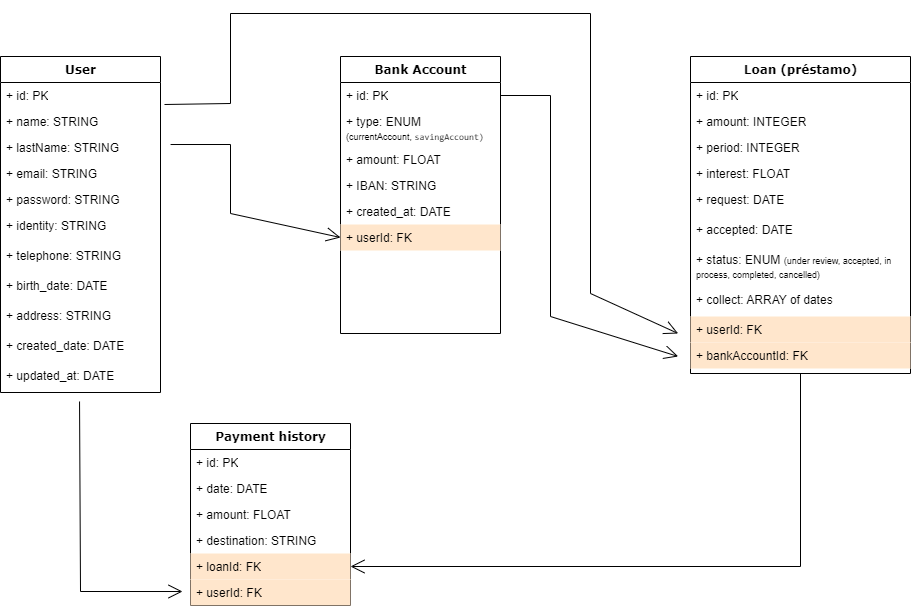
The draw.io diagram images/Diagrama base de datos.drawio.png in FelipeJure/homebanking-back, before a commit. Source tidied: cells renumbered, new cells last; positions are measured from the earlier drawing's top-left corner, leaving out a move shared by most shapes.
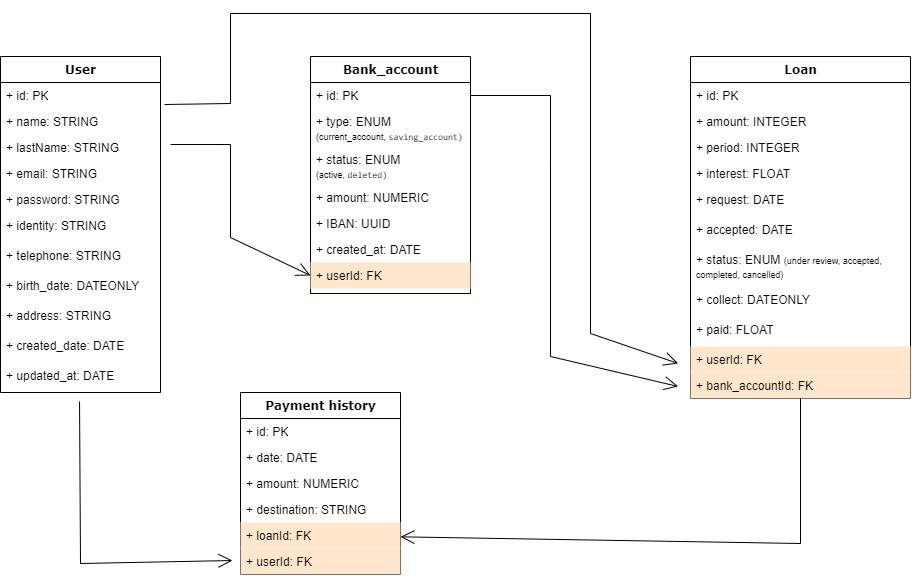
Above is the later version.

What changed in the source:
```diff
@@ -26,7 +26,7 @@
     <mxCell id="9" value="+ telephone: STRING" style="text;html=1;strokeColor=none;fillColor=none;align=left;verticalAlign=top;spacingLeft=4;spacingRight=4;whiteSpace=wrap;overflow=hidden;" parent="2" vertex="1">
       <mxGeometry y="186" width="160" height="30" as="geometry" />
     </mxCell>
-    <mxCell id="10" value="+ birth_date: DATE" style="text;html=1;strokeColor=none;fillColor=none;align=left;verticalAlign=top;spacingLeft=4;spacingRight=4;whiteSpace=wrap;overflow=hidden;" parent="2" vertex="1">
+    <mxCell id="10" value="+ birth_date: DATEONLY" style="text;html=1;strokeColor=none;fillColor=none;align=left;verticalAlign=top;spacingLeft=4;spacingRight=4;whiteSpace=wrap;overflow=hidden;" parent="2" vertex="1">
       <mxGeometry y="216" width="160" height="30" as="geometry" />
     </mxCell>
     <mxCell id="11" value="+ address: STRING" style="text;html=1;strokeColor=none;fillColor=none;align=left;verticalAlign=top;spacingLeft=4;spacingRight=4;whiteSpace=wrap;overflow=hidden;" parent="2" vertex="1">
@@ -38,29 +38,32 @@
     <mxCell id="13" value="+ updated_at: DATE" style="text;html=1;strokeColor=none;fillColor=none;align=left;verticalAlign=top;spacingLeft=4;spacingRight=4;whiteSpace=wrap;overflow=hidden;points=[[0,0.5],[1,0.5]];portConstraint=eastwest;" parent="2" vertex="1">
       <mxGeometry y="306" width="160" height="30" as="geometry" />
     </mxCell>
-    <mxCell id="14" value="Bank Account" style="swimlane;html=1;fontStyle=1;align=center;verticalAlign=top;horizontal=1;startSize=26;swimlaneFillColor=#ffffff;rounded=0;shadow=0;comic=0;labelBackgroundColor=none;strokeWidth=1;fillColor=none;fontFamily=Verdana;fontSize=12;" parent="1" vertex="1">
-      <mxGeometry x="340" y="43" width="160" height="277" as="geometry" />
+    <mxCell id="14" value="Bank_account" style="swimlane;html=1;fontStyle=1;align=center;verticalAlign=top;horizontal=1;startSize=26;swimlaneFillColor=#ffffff;rounded=0;shadow=0;comic=0;labelBackgroundColor=none;strokeWidth=1;fillColor=none;fontFamily=Verdana;fontSize=12;" parent="1" vertex="1">
+      <mxGeometry x="310" y="43" width="160" height="237" as="geometry" />
     </mxCell>
     <mxCell id="15" value="+ id: PK" style="text;html=1;strokeColor=none;fillColor=none;align=left;verticalAlign=top;spacingLeft=4;spacingRight=4;whiteSpace=wrap;overflow=hidden;points=[[0,0.5],[1,0.5]];portConstraint=eastwest;" parent="14" vertex="1">
       <mxGeometry y="26" width="160" height="26" as="geometry" />
     </mxCell>
-    <mxCell id="16" value="+ type: ENUM&lt;font style=&quot;font-size: 8px;&quot;&gt; &lt;/font&gt;&lt;font style=&quot;font-size: 9px;&quot;&gt;(currentAccount,&amp;nbsp;&lt;span style=&quot;font-family: Consolas, &amp;quot;Courier New&amp;quot;, monospace;&quot;&gt;savingAccount)&lt;/span&gt;&lt;/font&gt;" style="text;html=1;strokeColor=none;fillColor=none;align=left;verticalAlign=top;spacingLeft=4;spacingRight=4;whiteSpace=wrap;overflow=hidden;" parent="14" vertex="1">
+    <mxCell id="16" value="+ type: ENUM&lt;font style=&quot;font-size: 8px;&quot;&gt; &lt;/font&gt;&lt;font style=&quot;font-size: 9px;&quot;&gt;(current_account,&amp;nbsp;&lt;span style=&quot;font-family: Consolas, &amp;quot;Courier New&amp;quot;, monospace;&quot;&gt;saving_account)&lt;/span&gt;&lt;/font&gt;" style="text;html=1;strokeColor=none;fillColor=none;align=left;verticalAlign=top;spacingLeft=4;spacingRight=4;whiteSpace=wrap;overflow=hidden;" parent="14" vertex="1">
       <mxGeometry y="52" width="160" height="38" as="geometry" />
     </mxCell>
+    <mxCell id="44" value="+ status: ENUM&lt;font style=&quot;font-size: 8px;&quot;&gt; &lt;/font&gt;&lt;font style=&quot;font-size: 9px;&quot;&gt;(active,&amp;nbsp;&lt;span style=&quot;font-family: Consolas, &amp;quot;Courier New&amp;quot;, monospace;&quot;&gt;deleted)&lt;/span&gt;&lt;/font&gt;" style="text;html=1;strokeColor=none;fillColor=none;align=left;verticalAlign=top;spacingLeft=4;spacingRight=4;whiteSpace=wrap;overflow=hidden;" parent="14" vertex="1">
+      <mxGeometry y="90" width="160" height="38" as="geometry" />
+    </mxCell>
-    <mxCell id="17" value="+ amount: FLOAT" style="text;html=1;strokeColor=none;fillColor=none;align=left;verticalAlign=top;spacingLeft=4;spacingRight=4;whiteSpace=wrap;overflow=hidden;" parent="14" vertex="1">
-      <mxGeometry y="90" width="160" height="26" as="geometry" />
+    <mxCell id="17" value="+ amount: NUMERIC" style="text;html=1;strokeColor=none;fillColor=none;align=left;verticalAlign=top;spacingLeft=4;spacingRight=4;whiteSpace=wrap;overflow=hidden;" parent="14" vertex="1">
+      <mxGeometry y="128" width="160" height="26" as="geometry" />
     </mxCell>
-    <mxCell id="18" value="+ IBAN: STRING" style="text;html=1;strokeColor=none;fillColor=none;align=left;verticalAlign=top;spacingLeft=4;spacingRight=4;whiteSpace=wrap;overflow=hidden;" parent="14" vertex="1">
-      <mxGeometry y="116" width="160" height="26" as="geometry" />
+    <mxCell id="18" value="+ IBAN: UUID" style="text;html=1;strokeColor=none;fillColor=none;align=left;verticalAlign=top;spacingLeft=4;spacingRight=4;whiteSpace=wrap;overflow=hidden;" parent="14" vertex="1">
+      <mxGeometry y="154" width="160" height="26" as="geometry" />
     </mxCell>
     <mxCell id="19" value="+ created_at: DATE" style="text;html=1;strokeColor=none;fillColor=none;align=left;verticalAlign=top;spacingLeft=4;spacingRight=4;whiteSpace=wrap;overflow=hidden;" parent="14" vertex="1">
-      <mxGeometry y="142" width="160" height="26" as="geometry" />
+      <mxGeometry y="180" width="160" height="26" as="geometry" />
     </mxCell>
     <mxCell id="20" value="+ userId: FK" style="text;html=1;align=left;verticalAlign=top;spacingLeft=4;spacingRight=4;whiteSpace=wrap;overflow=hidden;points=[[0,0.5],[1,0.5]];portConstraint=eastwest;fillColor=#ffe6cc;strokeColor=none;" parent="14" vertex="1">
-      <mxGeometry y="168" width="160" height="26" as="geometry" />
+      <mxGeometry y="206" width="160" height="26" as="geometry" />
     </mxCell>
-    <mxCell id="21" value="Loan (préstamo)" style="swimlane;html=1;fontStyle=1;align=center;verticalAlign=top;horizontal=1;startSize=26;swimlaneFillColor=#ffffff;rounded=0;shadow=0;comic=0;labelBackgroundColor=none;strokeWidth=1;fillColor=none;fontFamily=Verdana;fontSize=12;" parent="1" vertex="1">
-      <mxGeometry x="690" y="43" width="220" height="317" as="geometry" />
+    <mxCell id="21" value="Loan" style="swimlane;html=1;fontStyle=1;align=center;verticalAlign=top;horizontal=1;startSize=26;swimlaneFillColor=#ffffff;rounded=0;shadow=0;comic=0;labelBackgroundColor=none;strokeWidth=1;fillColor=none;fontFamily=Verdana;fontSize=12;" parent="1" vertex="1">
+      <mxGeometry x="690" y="43" width="220" height="342" as="geometry" />
     </mxCell>
     <mxCell id="22" value="+ id: PK" style="text;html=1;strokeColor=none;fillColor=none;align=left;verticalAlign=top;spacingLeft=4;spacingRight=4;whiteSpace=wrap;overflow=hidden;" parent="21" vertex="1">
       <mxGeometry y="26" width="220" height="26" as="geometry" />
@@ -80,20 +83,23 @@
     <mxCell id="27" value="+ accepted: DATE" style="text;html=1;strokeColor=none;fillColor=none;align=left;verticalAlign=top;spacingLeft=4;spacingRight=4;whiteSpace=wrap;overflow=hidden;" parent="21" vertex="1">
       <mxGeometry y="160" width="220" height="30" as="geometry" />
     </mxCell>
-    <mxCell id="28" value="+ status: ENUM &lt;font style=&quot;font-size: 9px;&quot;&gt;(under review, accepted, in process, completed, cancelled)&lt;/font&gt;" style="text;html=1;strokeColor=none;fillColor=none;align=left;verticalAlign=top;spacingLeft=4;spacingRight=4;whiteSpace=wrap;overflow=hidden;" parent="21" vertex="1">
+    <mxCell id="28" value="+ status: ENUM &lt;font style=&quot;font-size: 9px;&quot;&gt;(under review, accepted, completed, cancelled)&lt;/font&gt;" style="text;html=1;strokeColor=none;fillColor=none;align=left;verticalAlign=top;spacingLeft=4;spacingRight=4;whiteSpace=wrap;overflow=hidden;" parent="21" vertex="1">
       <mxGeometry y="190" width="220" height="40" as="geometry" />
     </mxCell>
-    <mxCell id="29" value="+ collect: ARRAY of dates" style="text;html=1;strokeColor=none;fillColor=none;align=left;verticalAlign=top;spacingLeft=4;spacingRight=4;whiteSpace=wrap;overflow=hidden;" parent="21" vertex="1">
+    <mxCell id="29" value="+ collect: DATEONLY" style="text;html=1;strokeColor=none;fillColor=none;align=left;verticalAlign=top;spacingLeft=4;spacingRight=4;whiteSpace=wrap;overflow=hidden;" parent="21" vertex="1">
       <mxGeometry y="230" width="220" height="30" as="geometry" />
     </mxCell>
+    <mxCell id="45" value="+ paid: FLOAT" style="text;html=1;strokeColor=none;fillColor=none;align=left;verticalAlign=top;spacingLeft=4;spacingRight=4;whiteSpace=wrap;overflow=hidden;" parent="21" vertex="1">
+      <mxGeometry y="260" width="220" height="30" as="geometry" />
+    </mxCell>
     <mxCell id="30" value="+ userId: FK" style="text;html=1;strokeColor=none;fillColor=#ffe6cc;align=left;verticalAlign=top;spacingLeft=4;spacingRight=4;whiteSpace=wrap;overflow=hidden;points=[[0,0.5],[1,0.5]];portConstraint=eastwest;" parent="21" vertex="1">
-      <mxGeometry y="260" width="220" height="26" as="geometry" />
+      <mxGeometry y="290" width="220" height="26" as="geometry" />
     </mxCell>
-    <mxCell id="31" value="+ bankAccountId: FK" style="text;html=1;strokeColor=none;fillColor=#ffe6cc;align=left;verticalAlign=top;spacingLeft=4;spacingRight=4;whiteSpace=wrap;overflow=hidden;points=[[0,0.5],[1,0.5]];portConstraint=eastwest;" parent="21" vertex="1">
-      <mxGeometry y="286" width="220" height="26" as="geometry" />
+    <mxCell id="31" value="+ bank_accountId: FK" style="text;html=1;strokeColor=none;fillColor=#ffe6cc;align=left;verticalAlign=top;spacingLeft=4;spacingRight=4;whiteSpace=wrap;overflow=hidden;points=[[0,0.5],[1,0.5]];portConstraint=eastwest;" parent="21" vertex="1">
+      <mxGeometry y="316" width="220" height="26" as="geometry" />
     </mxCell>
     <mxCell id="32" value="Payment history" style="swimlane;html=1;fontStyle=1;align=center;verticalAlign=top;horizontal=1;startSize=26;swimlaneFillColor=#ffffff;rounded=0;shadow=0;comic=0;labelBackgroundColor=none;strokeWidth=1;fillColor=none;fontFamily=Verdana;fontSize=12;" parent="1" vertex="1">
-      <mxGeometry x="190" y="410" width="160" height="182" as="geometry" />
+      <mxGeometry x="240" y="379" width="160" height="182" as="geometry" />
     </mxCell>
     <mxCell id="33" value="+ id: PK" style="text;html=1;strokeColor=none;fillColor=none;align=left;verticalAlign=top;spacingLeft=4;spacingRight=4;whiteSpace=wrap;overflow=hidden;" parent="32" vertex="1">
       <mxGeometry y="26" width="160" height="26" as="geometry" />
@@ -101,7 +107,7 @@
     <mxCell id="34" value="+ date: DATE" style="text;html=1;strokeColor=none;fillColor=none;align=left;verticalAlign=top;spacingLeft=4;spacingRight=4;whiteSpace=wrap;overflow=hidden;" parent="32" vertex="1">
       <mxGeometry y="52" width="160" height="26" as="geometry" />
     </mxCell>
-    <mxCell id="35" value="+ amount: FLOAT" style="text;html=1;strokeColor=none;fillColor=none;align=left;verticalAlign=top;spacingLeft=4;spacingRight=4;whiteSpace=wrap;overflow=hidden;" parent="32" vertex="1">
+    <mxCell id="35" value="+ amount: NUMERIC" style="text;html=1;strokeColor=none;fillColor=none;align=left;verticalAlign=top;spacingLeft=4;spacingRight=4;whiteSpace=wrap;overflow=hidden;" parent="32" vertex="1">
       <mxGeometry y="78" width="160" height="26" as="geometry" />
     </mxCell>
     <mxCell id="36" value="+ destination: STRING" style="text;html=1;strokeColor=none;fillColor=none;align=left;verticalAlign=top;spacingLeft=4;spacingRight=4;whiteSpace=wrap;overflow=hidden;" parent="32" vertex="1">
@@ -117,7 +123,7 @@
       <mxGeometry relative="1" as="geometry">
         <Array as="points">
           <mxPoint x="230" y="131" />
-          <mxPoint x="230" y="200" />
+          <mxPoint x="230" y="224" />
         </Array>
       </mxGeometry>
     </mxCell>
@@ -125,7 +131,8 @@
       <mxGeometry relative="1" as="geometry">
         <Array as="points">
           <mxPoint x="550" y="82" />
-          <mxPoint x="550" y="303" />
+          <mxPoint x="550" y="149" />
+          <mxPoint x="550" y="343" />
         </Array>
       </mxGeometry>
     </mxCell>
@@ -135,21 +142,21 @@
           <mxPoint x="230" y="90" />
           <mxPoint x="230" />
           <mxPoint x="590" />
-          <mxPoint x="590" y="280" />
+          <mxPoint x="590" y="320" />
         </Array>
       </mxGeometry>
     </mxCell>
     <mxCell id="42" style="endArrow=open;endFill=1;endSize=12;html=1;rounded=0;fontSize=9;fontColor=#000000;entryX=-0.05;entryY=0.462;entryDx=0;entryDy=0;exitX=0.494;exitY=1.3;exitDx=0;exitDy=0;exitPerimeter=0;entryPerimeter=0;" parent="1" edge="1" source="13" target="38">
       <mxGeometry relative="1" as="geometry">
         <Array as="points">
-          <mxPoint x="80" y="578" />
+          <mxPoint x="80" y="550" />
         </Array>
       </mxGeometry>
     </mxCell>
     <mxCell id="43" style="endArrow=open;endFill=1;endSize=12;html=1;rounded=0;fontSize=9;fontColor=#000000;exitX=0.5;exitY=1;exitDx=0;exitDy=0;" parent="1" edge="1" source="21" target="37">
       <mxGeometry relative="1" as="geometry">
         <Array as="points">
-          <mxPoint x="800" y="553" />
+          <mxPoint x="800" y="530" />
         </Array>
       </mxGeometry>
     </mxCell>
```
